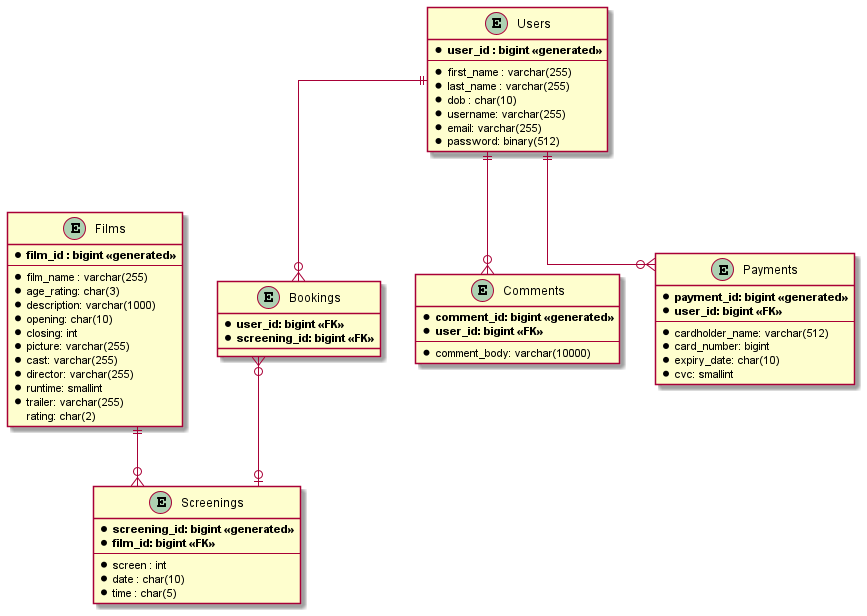
This is documentation/erd.png from RGlossop/QACinemas, a PlantUML export, as it was before one commit.
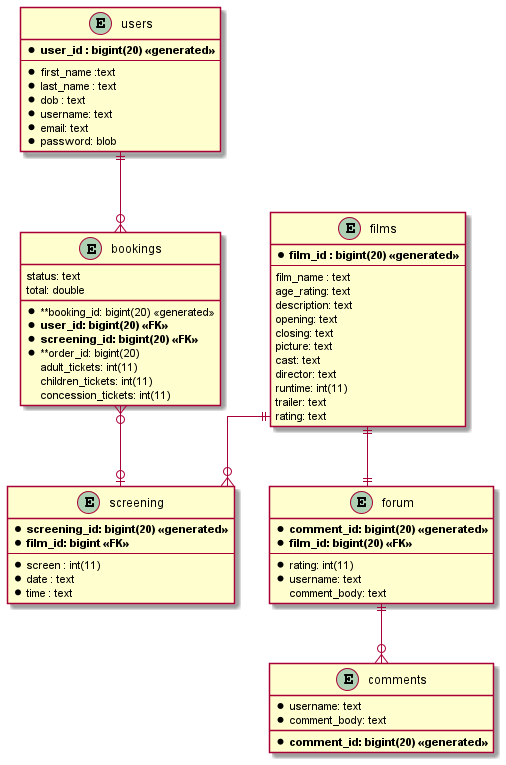
After the change.

Change to the diagram source:
```diff
@@ -2,67 +2,72 @@
 
 skinparam linetype ortho
 
-entity "Films" as films {
-	* **film_id : bigint <<generated>>**
+entity "films" as films {
+	* **film_id : bigint(20) <<generated>>**
 	--
-	* film_name : varchar(255)
-    * age_rating: char(3)
-    * description: varchar(1000)
-    * opening: char(10)
-    * closing: int
-    * picture: varchar(255)
-    * cast: varchar(255)
-    * director: varchar(255)
-    * runtime: smallint
-    * trailer: varchar(255)
-    rating: char(2)
+	film_name : text
+    age_rating: text
+    description: text
+    opening: text
+    closing: text
+    picture: text
+    cast: text
+    director: text
+    runtime: int(11)
+    trailer: text
+    rating: text
 }
 
-entity "Users" as users {
-	* **user_id : bigint <<generated>>**
+entity "users" as users {
+	* **user_id : bigint(20) <<generated>>**
 	--
-	* first_name : varchar(255)
-    * last_name : varchar(255)
-	* dob : char(10)
-    * username: varchar(255)
-    * email: varchar(255)
-    * password: binary(512)
+	* first_name :text
+    * last_name : text
+	* dob : text
+    * username: text
+    * email: text
+    * password: blob
 }
 
-entity "Screenings" as screenings {
-    * **screening_id: bigint <<generated>>**
+entity "screening" as screenings {
+    * **screening_id: bigint(20) <<generated>>**
     * **film_id: bigint <<FK>>**
     --
-    * screen : int
-    * date : char(10)
-    * time : char(5)
+    * screen : int(11)
+    * date : text
+    * time : text
 }
 
-entity "Bookings" as bookings {
-    * **user_id: bigint <<FK>>**
-    * **screening_id: bigint <<FK>>**
+entity "bookings" as bookings {
+    * **booking_id: bigint(20) <<generated>>
+    * **user_id: bigint(20) <<FK>>**
+    * **screening_id: bigint(20) <<FK>>**
+    * **order_id: bigint(20)
+    status: text
+    adult_tickets: int(11)
+    children_tickets: int(11)
+    concession_tickets: int(11)
+    total: double
 }
 
-entity "Comments" as comments {
-    * **comment_id: bigint <<generated>>**
-    * **user_id: bigint <<FK>>**
+entity "forum" as forum {
+    * **comment_id: bigint(20) <<generated>>**
+    * **film_id: bigint(20) <<FK>>**
     --
-    * comment_body: varchar(10000)
+    * rating: int(11)
+    * username: text
+    comment_body: text
 }
 
-entity "Payments" as payments {
-    * **payment_id: bigint <<generated>>**
-    * **user_id: bigint <<FK>>**
-    --
-    * cardholder_name: varchar(512)
-    * card_number: bigint
-    * expiry_date: char(10)
-    * cvc: smallint
+entity "comments" as comments {
+    * **comment_id: bigint(20) <<generated>>**
+    * username: text
+    * comment_body: text
 }
 
 films ||--o{ screenings
 bookings }o--o| screenings
-users ||--o{ comments
+films ||--|| forum
+forum ||--o{ comments
 users ||--o{ bookings
-users ||--o{ payments
 @enduml
```
